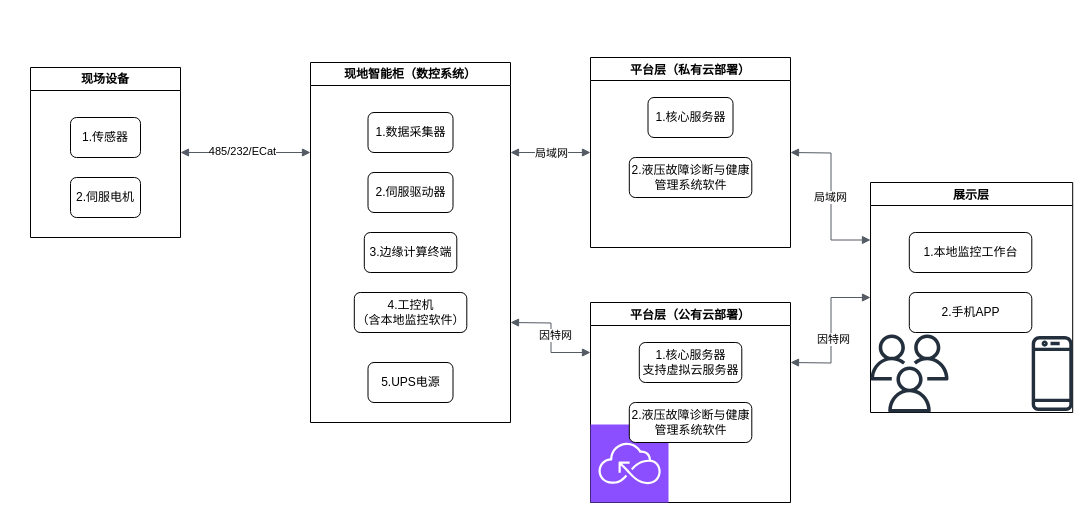
Above: 液压系统主要产品架构图.drawio in linweihongvicky/mydrawio (draw.io), before the change. Source tidied: cells renumbered, new cells numbered last; positions are measured from the earlier drawing's top-left corner, leaving out a move shared by most shapes. Both pictures are drawn from the tidied source at 100%, with x=0, y=0 at pixel (30, 57).
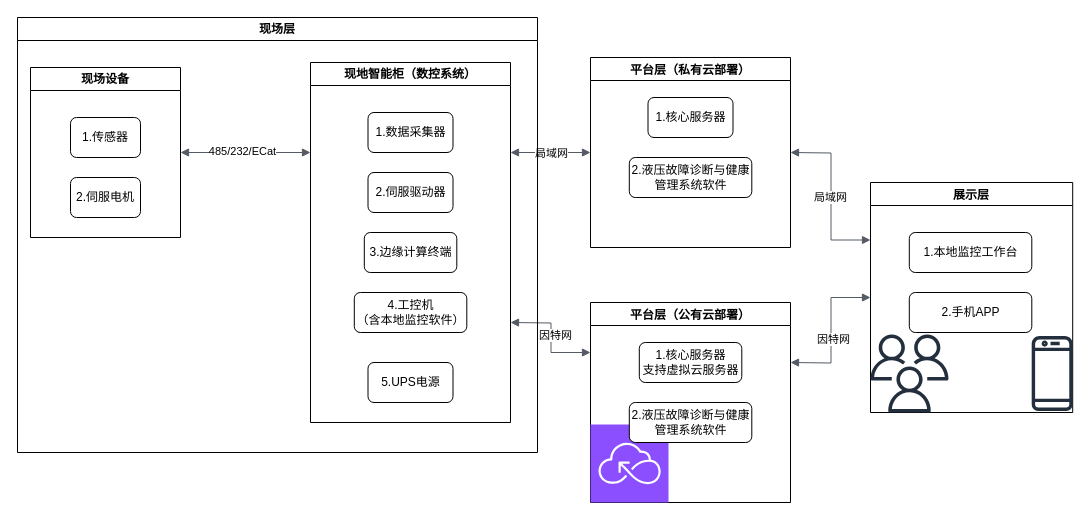
After the change.

Commit message:
更新液压系统主要产品架构图.drawio

The edit, as a diff of the source:
```diff
@@
+    <mxCell id="33" value="现场层" style="swimlane;whiteSpace=wrap;html=1;" parent="1" vertex="1">
+      <mxGeometry x="-13" y="-40" width="520" height="435" as="geometry" />
+    </mxCell>
```
